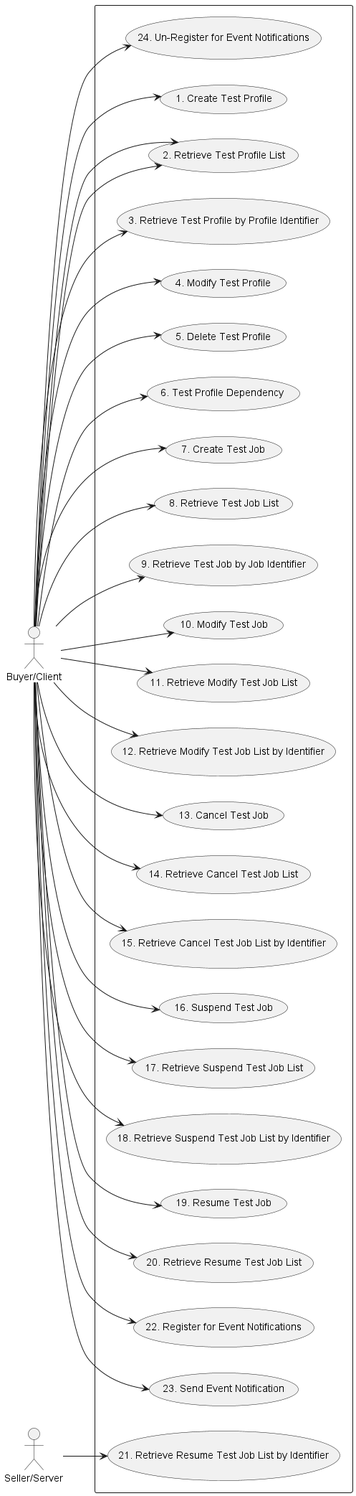
The PlantUML diagram documentation/serviceApi/sft/serviceTest/media/sftUsecases.png in MEF-GIT/MEF-LSO-Legato-SDK, before a commit. Its diagram source:
```plantuml
@startuml sftUsecases

left to right direction

actor "Buyer/Client" as B
actor "Seller/Server" as S

rectangle {
Usecase UC1 as "1. Create Test Profile"
Usecase UC2 as "2. Retrieve Test Profile List"
Usecase UC3 as "3. Retrieve Test Profile by Profile Identifier"
Usecase UC4 as "4. Modify Test Profile"
Usecase UC5 as "5. Delete Test Profile"
Usecase UC6 as "6. Test Profile Dependency "
Usecase UC7 as "7. Create Test Job"
Usecase UC8 as "8. Retrieve Test Job List"
Usecase UC9 as "9. Retrieve Test Job by Job Identifier"
Usecase UC10 as "10. Modify Test Job"
Usecase UC11 as "11. Retrieve Modify Test Job List"
Usecase UC12 as "12. Retrieve Modify Test Job List by Identifier"
Usecase UC13 as "13. Cancel Test Job"
Usecase UC14 as "14. Retrieve Cancel Test Job List"
Usecase UC15 as "15. Retrieve Cancel Test Job List by Identifier"
Usecase UC16 as "16. Suspend Test Job"
Usecase UC17 as "17. Retrieve Suspend Test Job List"
Usecase UC18 as "18. Retrieve Suspend Test Job List by Identifier"
Usecase UC19 as "19. Resume Test Job"
Usecase UC20 as "20. Retrieve Resume Test Job List"
Usecase UC21 as "21. Retrieve Resume Test Job List by Identifier"
Usecase UC22 as "22. Register for Event Notifications"
Usecase UC23 as "23. Send Event Notification"
Usecase UC24 as "24. Un-Register for Event Notifications"
}

B --> UC1
B --> UC2
B --> UC2
B --> UC3
B --> UC4
B --> UC5
B --> UC6
B --> UC7
B --> UC8
B --> UC9
B --> UC10
B --> UC11
B --> UC12
B --> UC13
B --> UC14
B --> UC15
B --> UC16
B --> UC17
B --> UC18
B --> UC19
B --> UC20
S --> UC21
B --> UC22
B --> UC23
B --> UC24

@enduml
```
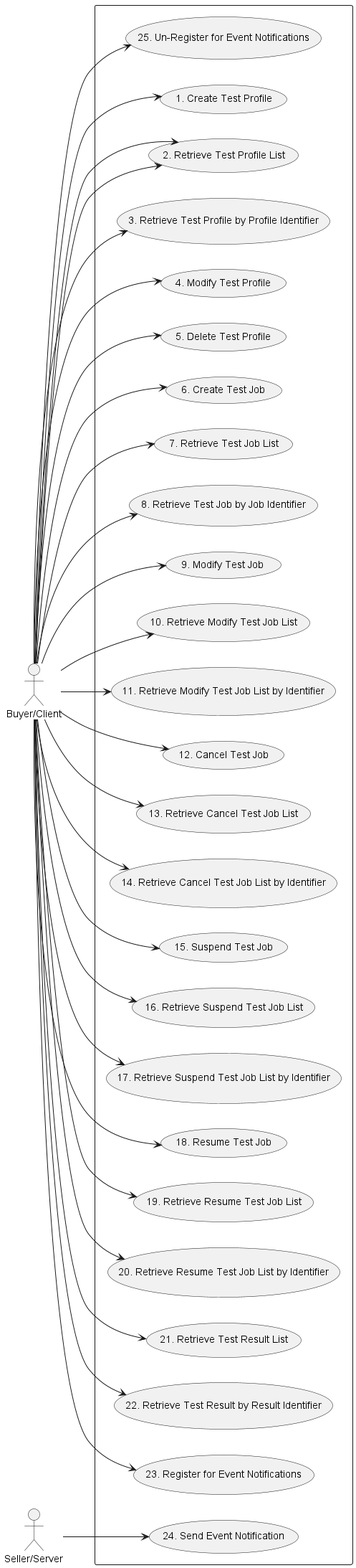
Later version of the same file.

The edit, as a diff of the source:
```diff
@@ -11,25 +11,26 @@
 Usecase UC3 as "3. Retrieve Test Profile by Profile Identifier"
 Usecase UC4 as "4. Modify Test Profile"
 Usecase UC5 as "5. Delete Test Profile"
-Usecase UC6 as "6. Test Profile Dependency "
-Usecase UC7 as "7. Create Test Job"
-Usecase UC8 as "8. Retrieve Test Job List"
-Usecase UC9 as "9. Retrieve Test Job by Job Identifier"
-Usecase UC10 as "10. Modify Test Job"
-Usecase UC11 as "11. Retrieve Modify Test Job List"
-Usecase UC12 as "12. Retrieve Modify Test Job List by Identifier"
-Usecase UC13 as "13. Cancel Test Job"
-Usecase UC14 as "14. Retrieve Cancel Test Job List"
-Usecase UC15 as "15. Retrieve Cancel Test Job List by Identifier"
-Usecase UC16 as "16. Suspend Test Job"
-Usecase UC17 as "17. Retrieve Suspend Test Job List"
-Usecase UC18 as "18. Retrieve Suspend Test Job List by Identifier"
-Usecase UC19 as "19. Resume Test Job"
-Usecase UC20 as "20. Retrieve Resume Test Job List"
-Usecase UC21 as "21. Retrieve Resume Test Job List by Identifier"
-Usecase UC22 as "22. Register for Event Notifications"
-Usecase UC23 as "23. Send Event Notification"
-Usecase UC24 as "24. Un-Register for Event Notifications"
+Usecase UC6 as "6. Create Test Job"
+Usecase UC7 as "7. Retrieve Test Job List"
+Usecase UC8 as "8. Retrieve Test Job by Job Identifier"
+Usecase UC9 as "9. Modify Test Job"
+Usecase UC10 as "10. Retrieve Modify Test Job List"
+Usecase UC11 as "11. Retrieve Modify Test Job List by Identifier"
+Usecase UC12 as "12. Cancel Test Job"
+Usecase UC13 as "13. Retrieve Cancel Test Job List"
+Usecase UC14 as "14. Retrieve Cancel Test Job List by Identifier"
+Usecase UC15 as "15. Suspend Test Job"
+Usecase UC16 as "16. Retrieve Suspend Test Job List"
+Usecase UC17 as "17. Retrieve Suspend Test Job List by Identifier"
+Usecase UC18 as "18. Resume Test Job"
+Usecase UC19 as "19. Retrieve Resume Test Job List"
+Usecase UC20 as "20. Retrieve Resume Test Job List by Identifier"
+Usecase UC21 as "21. Retrieve Test Result List"
+Usecase UC22 as "22. Retrieve Test Result by Result Identifier"
+Usecase UC23 as "23. Register for Event Notifications"
+Usecase UC24 as "24. Send Event Notification"
+Usecase UC25 as "25. Un-Register for Event Notifications"
 }
 
 B --> UC1
@@ -53,9 +54,10 @@
 B --> UC18
 B --> UC19
 B --> UC20
-S --> UC21
+B --> UC21
 B --> UC22
 B --> UC23
-B --> UC24
+B --> UC25
+S --> UC24
 
 @enduml
```
